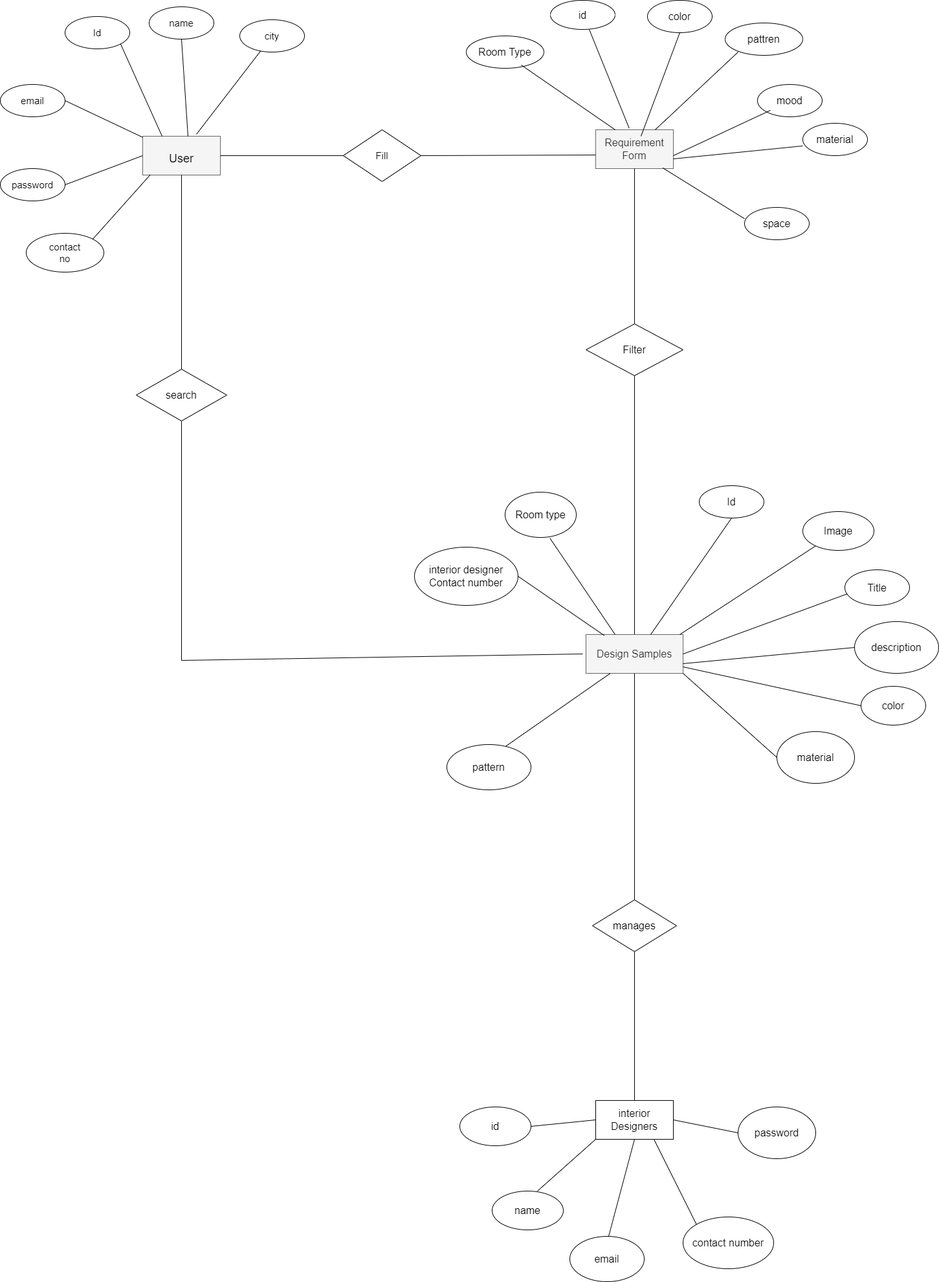
The draw.io diagram ER Diagram.drawio.png in Tayyba-Dev/Interior-Recommendation, before a commit. Source tidied: cells renumbered, new cells last; positions are measured from the earlier drawing's top-left corner, leaving out a move shared by most shapes.
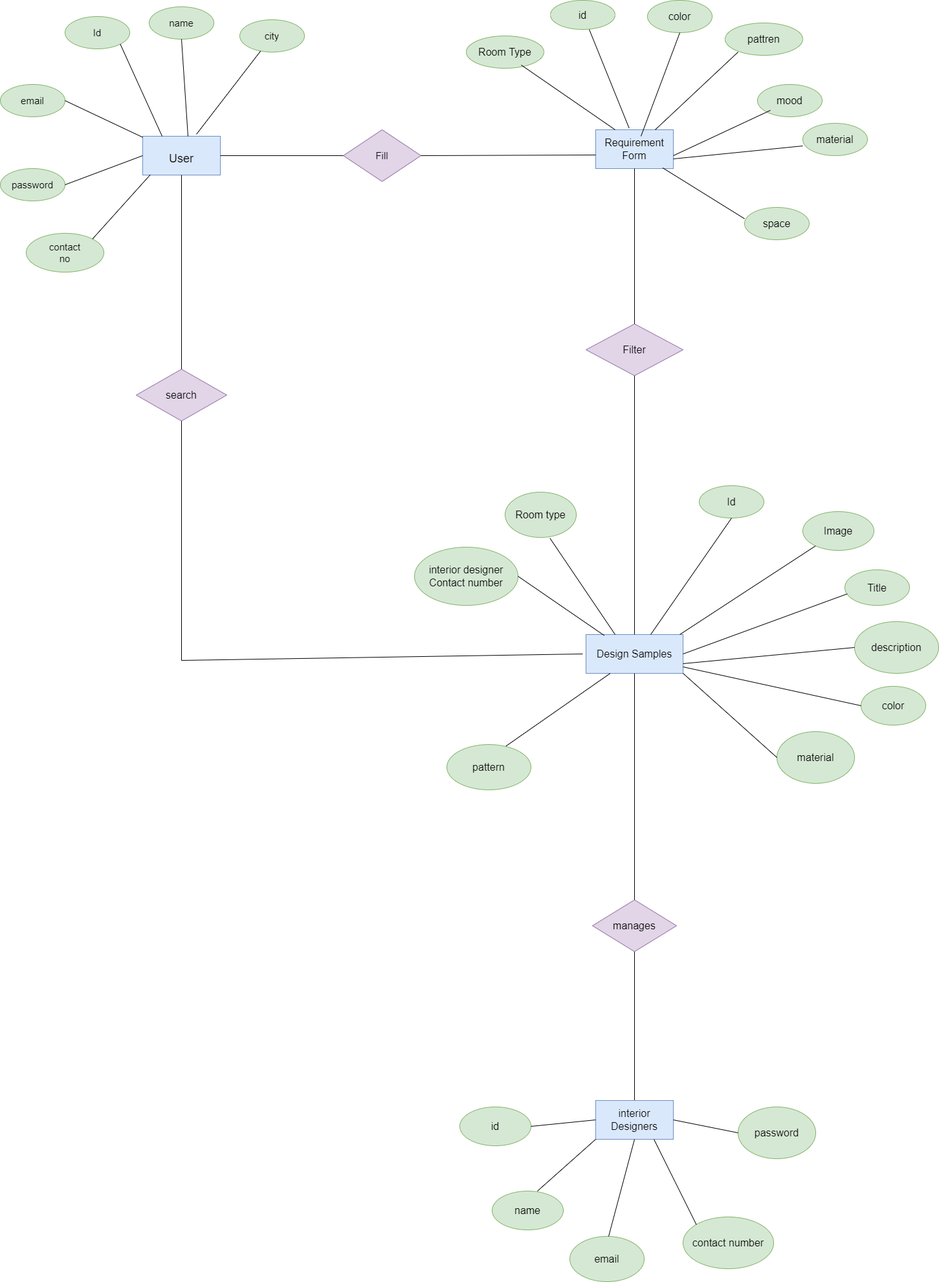
Later version of the same file.

Diff of the diagram source:
```diff
@@ -2,43 +2,43 @@
   <root>
     <mxCell id="0" />
     <mxCell id="1" parent="0" />
-    <mxCell id="2" style="rounded=0;whiteSpace=wrap;html=1;fillColor=#f5f5f5;strokeColor=#666666;fontColor=#333333;" parent="1" vertex="1">
+    <mxCell id="2" style="rounded=0;whiteSpace=wrap;html=1;fillColor=#dae8fc;strokeColor=#6c8ebf;" parent="1" vertex="1">
       <mxGeometry x="220" y="210" width="120" height="60" as="geometry" />
     </mxCell>
     <mxCell id="3" value="&lt;font style=&quot;font-size: 18px;&quot;&gt;User&lt;/font&gt;" style="text;html=1;strokeColor=none;fillColor=none;align=center;verticalAlign=middle;whiteSpace=wrap;rounded=0;" parent="1" vertex="1">
       <mxGeometry x="250" y="230" width="60" height="30" as="geometry" />
     </mxCell>
-    <mxCell id="4" style="ellipse;whiteSpace=wrap;html=1;fontSize=18;" parent="1" vertex="1">
+    <mxCell id="4" style="ellipse;whiteSpace=wrap;html=1;fontSize=18;fillColor=#d5e8d4;strokeColor=#82b366;" parent="1" vertex="1">
       <mxGeometry x="100" y="25" width="100" height="50" as="geometry" />
     </mxCell>
     <mxCell id="5" value="Id" style="text;html=1;strokeColor=none;fillColor=none;align=center;verticalAlign=middle;whiteSpace=wrap;rounded=0;fontSize=15;" parent="1" vertex="1">
       <mxGeometry x="120" y="35" width="60" height="30" as="geometry" />
     </mxCell>
-    <mxCell id="6" style="ellipse;whiteSpace=wrap;html=1;fontSize=18;" parent="1" vertex="1">
+    <mxCell id="6" style="ellipse;whiteSpace=wrap;html=1;fontSize=18;fillColor=#d5e8d4;strokeColor=#82b366;" parent="1" vertex="1">
       <mxGeometry x="230" y="10" width="100" height="50" as="geometry" />
     </mxCell>
     <mxCell id="7" value="name" style="text;html=1;strokeColor=none;fillColor=none;align=center;verticalAlign=middle;whiteSpace=wrap;rounded=0;fontSize=15;" parent="1" vertex="1">
       <mxGeometry x="250" y="20" width="60" height="30" as="geometry" />
     </mxCell>
-    <mxCell id="8" style="ellipse;whiteSpace=wrap;html=1;fontSize=18;" parent="1" vertex="1">
+    <mxCell id="8" style="ellipse;whiteSpace=wrap;html=1;fontSize=18;fillColor=#d5e8d4;strokeColor=#82b366;" parent="1" vertex="1">
       <mxGeometry y="130" width="100" height="50" as="geometry" />
     </mxCell>
     <mxCell id="9" value="email&lt;span style=&quot;color: rgba(0, 0, 0, 0); font-family: monospace; font-size: 0px; text-align: start;&quot;&gt;%3CmxGraphModel%3E%3Croot%3E%3CmxCell%20id%3D%220%22%2F%3E%3CmxCell%20id%3D%221%22%20parent%3D%220%22%2F%3E%3CmxCell%20id%3D%222%22%20value%3D%22%22%20style%3D%22ellipse%3BwhiteSpace%3Dwrap%3Bhtml%3D1%3BfontSize%3D18%3B%22%20vertex%3D%221%22%20parent%3D%221%22%3E%3CmxGeometry%20x%3D%22130%22%20y%3D%2295%22%20width%3D%22100%22%20height%3D%2250%22%20as%3D%22geometry%22%2F%3E%3C%2FmxCell%3E%3CmxCell%20id%3D%223%22%20value%3D%22Id%22%20style%3D%22text%3Bhtml%3D1%3BstrokeColor%3Dnone%3BfillColor%3Dnone%3Balign%3Dcenter%3BverticalAlign%3Dmiddle%3BwhiteSpace%3Dwrap%3Brounded%3D0%3BfontSize%3D15%3B%22%20vertex%3D%221%22%20parent%3D%221%22%3E%3CmxGeometry%20x%3D%22150%22%20y%3D%22105%22%20width%3D%2260%22%20height%3D%2230%22%20as%3D%22geometry%22%2F%3E%3C%2FmxCell%3E%3C%2Froot%3E%3C%2FmxGraphModel%3E&lt;/span&gt;" style="text;html=1;strokeColor=none;fillColor=none;align=center;verticalAlign=middle;whiteSpace=wrap;rounded=0;fontSize=15;" parent="1" vertex="1">
       <mxGeometry x="20" y="140" width="60" height="30" as="geometry" />
     </mxCell>
-    <mxCell id="10" style="ellipse;whiteSpace=wrap;html=1;fontSize=18;" parent="1" vertex="1">
+    <mxCell id="10" style="ellipse;whiteSpace=wrap;html=1;fontSize=18;fillColor=#d5e8d4;strokeColor=#82b366;" parent="1" vertex="1">
       <mxGeometry x="370" y="30" width="100" height="50" as="geometry" />
     </mxCell>
     <mxCell id="11" value="city" style="text;html=1;strokeColor=none;fillColor=none;align=center;verticalAlign=middle;whiteSpace=wrap;rounded=0;fontSize=15;" parent="1" vertex="1">
       <mxGeometry x="390" y="45" width="60" height="20" as="geometry" />
     </mxCell>
-    <mxCell id="12" style="ellipse;whiteSpace=wrap;html=1;fontSize=18;" parent="1" vertex="1">
+    <mxCell id="12" style="ellipse;whiteSpace=wrap;html=1;fontSize=18;fillColor=#d5e8d4;strokeColor=#82b366;" parent="1" vertex="1">
       <mxGeometry y="260" width="100" height="50" as="geometry" />
     </mxCell>
     <mxCell id="13" value="password" style="text;html=1;strokeColor=none;fillColor=none;align=center;verticalAlign=middle;whiteSpace=wrap;rounded=0;fontSize=15;" parent="1" vertex="1">
       <mxGeometry x="20" y="270" width="60" height="30" as="geometry" />
     </mxCell>
-    <mxCell id="14" style="ellipse;whiteSpace=wrap;html=1;fontSize=18;" parent="1" vertex="1">
+    <mxCell id="14" style="ellipse;whiteSpace=wrap;html=1;fontSize=18;fillColor=#d5e8d4;strokeColor=#82b366;" parent="1" vertex="1">
       <mxGeometry x="40" y="360" width="120" height="60" as="geometry" />
     </mxCell>
     <mxCell id="15" value="contact no" style="text;html=1;strokeColor=none;fillColor=none;align=center;verticalAlign=middle;whiteSpace=wrap;rounded=0;fontSize=15;" parent="1" vertex="1">
@@ -64,34 +64,34 @@
         <mxPoint x="290" y="210" as="sourcePoint" />
       </mxGeometry>
     </mxCell>
-    <mxCell id="22" style="rhombus;whiteSpace=wrap;html=1;fontSize=15;" parent="1" vertex="1">
+    <mxCell id="22" style="rhombus;whiteSpace=wrap;html=1;fontSize=15;fillColor=#e1d5e7;strokeColor=#9673a6;" parent="1" vertex="1">
       <mxGeometry x="530" y="200" width="120" height="80" as="geometry" />
     </mxCell>
     <mxCell id="23" value="Fill" style="text;html=1;strokeColor=none;fillColor=none;align=center;verticalAlign=middle;whiteSpace=wrap;rounded=0;fontSize=15;" parent="1" vertex="1">
       <mxGeometry x="560" y="225" width="60" height="30" as="geometry" />
     </mxCell>
-    <mxCell id="24" value="&lt;font style=&quot;font-size: 16px;&quot;&gt;Requirement Form&lt;/font&gt;" style="rounded=0;whiteSpace=wrap;html=1;fontSize=15;fillColor=#f5f5f5;fontColor=#333333;strokeColor=#666666;" parent="1" vertex="1">
+    <mxCell id="24" value="&lt;font style=&quot;font-size: 16px;&quot;&gt;Requirement Form&lt;/font&gt;" style="rounded=0;whiteSpace=wrap;html=1;fontSize=15;fillColor=#dae8fc;strokeColor=#6c8ebf;" parent="1" vertex="1">
       <mxGeometry x="920" y="200" width="120" height="60" as="geometry" />
     </mxCell>
-    <mxCell id="25" value="id" style="ellipse;whiteSpace=wrap;html=1;fontSize=16;" parent="1" vertex="1">
+    <mxCell id="25" value="id" style="ellipse;whiteSpace=wrap;html=1;fontSize=16;fillColor=#d5e8d4;strokeColor=#82b366;" parent="1" vertex="1">
       <mxGeometry x="850" width="100" height="45" as="geometry" />
     </mxCell>
-    <mxCell id="26" value="Room Type" style="ellipse;whiteSpace=wrap;html=1;fontSize=16;" parent="1" vertex="1">
+    <mxCell id="26" value="Room Type" style="ellipse;whiteSpace=wrap;html=1;fontSize=16;fillColor=#d5e8d4;strokeColor=#82b366;" parent="1" vertex="1">
       <mxGeometry x="720" y="55" width="120" height="50" as="geometry" />
     </mxCell>
-    <mxCell id="27" value="color" style="ellipse;whiteSpace=wrap;html=1;fontSize=16;" parent="1" vertex="1">
+    <mxCell id="27" value="color" style="ellipse;whiteSpace=wrap;html=1;fontSize=16;fillColor=#d5e8d4;strokeColor=#82b366;" parent="1" vertex="1">
       <mxGeometry x="1000" width="100" height="50" as="geometry" />
     </mxCell>
-    <mxCell id="28" value="pattren" style="ellipse;whiteSpace=wrap;html=1;fontSize=16;" parent="1" vertex="1">
+    <mxCell id="28" value="pattren" style="ellipse;whiteSpace=wrap;html=1;fontSize=16;fillColor=#d5e8d4;strokeColor=#82b366;" parent="1" vertex="1">
       <mxGeometry x="1120" y="35" width="120" height="50" as="geometry" />
     </mxCell>
-    <mxCell id="29" value="mood&lt;span style=&quot;color: rgba(0, 0, 0, 0); font-family: monospace; font-size: 0px; text-align: start;&quot;&gt;%3CmxGraphModel%3E%3Croot%3E%3CmxCell%20id%3D%220%22%2F%3E%3CmxCell%20id%3D%221%22%20parent%3D%220%22%2F%3E%3CmxCell%20id%3D%222%22%20value%3D%22color%22%20style%3D%22ellipse%3BwhiteSpace%3Dwrap%3Bhtml%3D1%3BfontSize%3D16%3B%22%20vertex%3D%221%22%20parent%3D%221%22%3E%3CmxGeometry%20x%3D%221000%22%20y%3D%2260%22%20width%3D%22100%22%20height%3D%2250%22%20as%3D%22geometry%22%2F%3E%3C%2FmxCell%3E%3C%2Froot%3E%3C%2FmxGraphModel%3E&lt;/span&gt;" style="ellipse;whiteSpace=wrap;html=1;fontSize=16;" parent="1" vertex="1">
+    <mxCell id="29" value="mood&lt;span style=&quot;color: rgba(0, 0, 0, 0); font-family: monospace; font-size: 0px; text-align: start;&quot;&gt;%3CmxGraphModel%3E%3Croot%3E%3CmxCell%20id%3D%220%22%2F%3E%3CmxCell%20id%3D%221%22%20parent%3D%220%22%2F%3E%3CmxCell%20id%3D%222%22%20value%3D%22color%22%20style%3D%22ellipse%3BwhiteSpace%3Dwrap%3Bhtml%3D1%3BfontSize%3D16%3B%22%20vertex%3D%221%22%20parent%3D%221%22%3E%3CmxGeometry%20x%3D%221000%22%20y%3D%2260%22%20width%3D%22100%22%20height%3D%2250%22%20as%3D%22geometry%22%2F%3E%3C%2FmxCell%3E%3C%2Froot%3E%3C%2FmxGraphModel%3E&lt;/span&gt;" style="ellipse;whiteSpace=wrap;html=1;fontSize=16;fillColor=#d5e8d4;strokeColor=#82b366;" parent="1" vertex="1">
       <mxGeometry x="1170" y="130" width="100" height="50" as="geometry" />
     </mxCell>
-    <mxCell id="30" value="space" style="ellipse;whiteSpace=wrap;html=1;fontSize=16;" parent="1" vertex="1">
+    <mxCell id="30" value="space" style="ellipse;whiteSpace=wrap;html=1;fontSize=16;fillColor=#d5e8d4;strokeColor=#82b366;" parent="1" vertex="1">
       <mxGeometry x="1150" y="320" width="100" height="50" as="geometry" />
     </mxCell>
-    <mxCell id="31" value="material" style="ellipse;whiteSpace=wrap;html=1;fontSize=16;" parent="1" vertex="1">
+    <mxCell id="31" value="material" style="ellipse;whiteSpace=wrap;html=1;fontSize=16;fillColor=#d5e8d4;strokeColor=#82b366;" parent="1" vertex="1">
       <mxGeometry x="1240" y="190" width="100" height="50" as="geometry" />
     </mxCell>
     <mxCell id="32" style="endArrow=none;html=1;rounded=0;fontSize=16;exitX=0.25;exitY=0;exitDx=0;exitDy=0;" parent="1" edge="1" source="24">
@@ -141,7 +141,7 @@
         <mxPoint x="920" y="239" as="targetPoint" />
       </mxGeometry>
     </mxCell>
-    <mxCell id="41" value="Filter" style="rhombus;whiteSpace=wrap;html=1;fontSize=16;" parent="1" vertex="1">
+    <mxCell id="41" value="Filter" style="rhombus;whiteSpace=wrap;html=1;fontSize=16;fillColor=#e1d5e7;strokeColor=#9673a6;" parent="1" vertex="1">
       <mxGeometry x="905" y="500" width="150" height="80" as="geometry" />
     </mxCell>
     <mxCell id="42" style="endArrow=none;html=1;rounded=0;fontSize=16;exitX=0.5;exitY=0;exitDx=0;exitDy=0;" parent="1" edge="1" source="41">
@@ -149,37 +149,37 @@
         <mxPoint x="980" y="260" as="targetPoint" />
       </mxGeometry>
     </mxCell>
-    <mxCell id="43" value="Design Samples" style="rounded=0;whiteSpace=wrap;html=1;fontSize=16;fillColor=#f5f5f5;fontColor=#333333;strokeColor=#666666;" parent="1" vertex="1">
+    <mxCell id="43" value="Design Samples" style="rounded=0;whiteSpace=wrap;html=1;fontSize=16;fillColor=#dae8fc;strokeColor=#6c8ebf;" parent="1" vertex="1">
       <mxGeometry x="905" y="980" width="150" height="60" as="geometry" />
     </mxCell>
     <mxCell id="44" style="endArrow=none;html=1;rounded=0;fontSize=16;exitX=0.5;exitY=1;exitDx=0;exitDy=0;entryX=0.5;entryY=0;entryDx=0;entryDy=0;" parent="1" edge="1" source="41" target="43">
       <mxGeometry relative="1" as="geometry" />
     </mxCell>
-    <mxCell id="45" value="Id" style="ellipse;whiteSpace=wrap;html=1;fontSize=16;" parent="1" vertex="1">
+    <mxCell id="45" value="Id" style="ellipse;whiteSpace=wrap;html=1;fontSize=16;fillColor=#d5e8d4;strokeColor=#82b366;" parent="1" vertex="1">
       <mxGeometry x="1080" y="750" width="100" height="50" as="geometry" />
     </mxCell>
-    <mxCell id="46" value="Image" style="ellipse;whiteSpace=wrap;html=1;fontSize=16;" parent="1" vertex="1">
+    <mxCell id="46" value="Image" style="ellipse;whiteSpace=wrap;html=1;fontSize=16;fillColor=#d5e8d4;strokeColor=#82b366;" parent="1" vertex="1">
       <mxGeometry x="1240" y="790" width="110" height="60" as="geometry" />
     </mxCell>
-    <mxCell id="47" value="Title" style="ellipse;whiteSpace=wrap;html=1;fontSize=16;" parent="1" vertex="1">
+    <mxCell id="47" value="Title" style="ellipse;whiteSpace=wrap;html=1;fontSize=16;fillColor=#d5e8d4;strokeColor=#82b366;" parent="1" vertex="1">
       <mxGeometry x="1305" y="880" width="100" height="55" as="geometry" />
     </mxCell>
-    <mxCell id="48" value="description" style="ellipse;whiteSpace=wrap;html=1;fontSize=16;" parent="1" vertex="1">
+    <mxCell id="48" value="description" style="ellipse;whiteSpace=wrap;html=1;fontSize=16;fillColor=#d5e8d4;strokeColor=#82b366;" parent="1" vertex="1">
       <mxGeometry x="1320" y="960" width="130" height="80" as="geometry" />
     </mxCell>
-    <mxCell id="49" value="color" style="ellipse;whiteSpace=wrap;html=1;fontSize=16;" parent="1" vertex="1">
+    <mxCell id="49" value="color" style="ellipse;whiteSpace=wrap;html=1;fontSize=16;fillColor=#d5e8d4;strokeColor=#82b366;" parent="1" vertex="1">
       <mxGeometry x="1330" y="1060" width="100" height="60" as="geometry" />
     </mxCell>
-    <mxCell id="50" value="Room type" style="ellipse;whiteSpace=wrap;html=1;fontSize=16;" parent="1" vertex="1">
+    <mxCell id="50" value="Room type" style="ellipse;whiteSpace=wrap;html=1;fontSize=16;fillColor=#d5e8d4;strokeColor=#82b366;" parent="1" vertex="1">
       <mxGeometry x="780" y="760" width="110" height="70" as="geometry" />
     </mxCell>
-    <mxCell id="51" value="interior designer Contact number" style="ellipse;whiteSpace=wrap;html=1;fontSize=16;" parent="1" vertex="1">
+    <mxCell id="51" value="interior designer Contact number" style="ellipse;whiteSpace=wrap;html=1;fontSize=16;fillColor=#d5e8d4;strokeColor=#82b366;" parent="1" vertex="1">
       <mxGeometry x="640" y="845" width="160" height="90" as="geometry" />
     </mxCell>
-    <mxCell id="52" value="material" style="ellipse;whiteSpace=wrap;html=1;fontSize=16;" parent="1" vertex="1">
+    <mxCell id="52" value="material" style="ellipse;whiteSpace=wrap;html=1;fontSize=16;fillColor=#d5e8d4;strokeColor=#82b366;" parent="1" vertex="1">
       <mxGeometry x="1200" y="1130" width="120" height="80" as="geometry" />
     </mxCell>
-    <mxCell id="53" value="pattern" style="ellipse;whiteSpace=wrap;html=1;fontSize=16;" parent="1" vertex="1">
+    <mxCell id="53" value="pattern" style="ellipse;whiteSpace=wrap;html=1;fontSize=16;fillColor=#d5e8d4;strokeColor=#82b366;" parent="1" vertex="1">
       <mxGeometry x="690" y="1150" width="130" height="70" as="geometry" />
     </mxCell>
     <mxCell id="54" style="endArrow=none;html=1;rounded=0;fontSize=16;entryX=0.187;entryY=0.023;entryDx=0;entryDy=0;entryPerimeter=0;" parent="1" edge="1" target="43">
@@ -223,7 +223,7 @@
         <mxPoint x="1200" y="1170" as="targetPoint" />
       </mxGeometry>
     </mxCell>
-    <mxCell id="63" value="search" style="rhombus;whiteSpace=wrap;html=1;fontSize=16;" parent="1" vertex="1">
+    <mxCell id="63" value="search" style="rhombus;whiteSpace=wrap;html=1;fontSize=16;fillColor=#e1d5e7;strokeColor=#9673a6;" parent="1" vertex="1">
       <mxGeometry x="210" y="570" width="140" height="80" as="geometry" />
     </mxCell>
     <mxCell id="64" style="endArrow=none;html=1;rounded=0;fontSize=16;exitX=0.5;exitY=0;exitDx=0;exitDy=0;" parent="1" edge="1" source="63">
@@ -240,7 +240,7 @@
         </Array>
       </mxGeometry>
     </mxCell>
-    <mxCell id="66" value="manages" style="rhombus;whiteSpace=wrap;html=1;fontSize=16;" parent="1" vertex="1">
+    <mxCell id="66" value="manages" style="rhombus;whiteSpace=wrap;html=1;fontSize=16;fillColor=#e1d5e7;strokeColor=#9673a6;" parent="1" vertex="1">
       <mxGeometry x="915" y="1390" width="130" height="80" as="geometry" />
     </mxCell>
     <mxCell id="67" style="endArrow=none;html=1;rounded=0;fontSize=16;exitX=0.5;exitY=0;exitDx=0;exitDy=0;" parent="1" edge="1" source="66" target="43">
@@ -251,22 +251,22 @@
         <mxPoint x="980" y="1700" as="sourcePoint" />
       </mxGeometry>
     </mxCell>
-    <mxCell id="69" value="interior Designers" style="rounded=0;whiteSpace=wrap;html=1;fontSize=16;" parent="1" vertex="1">
+    <mxCell id="69" value="interior Designers" style="rounded=0;whiteSpace=wrap;html=1;fontSize=16;fillColor=#dae8fc;strokeColor=#6c8ebf;" parent="1" vertex="1">
       <mxGeometry x="920" y="1700" width="120" height="60" as="geometry" />
     </mxCell>
-    <mxCell id="70" value="id" style="ellipse;whiteSpace=wrap;html=1;fontSize=16;" parent="1" vertex="1">
+    <mxCell id="70" value="id" style="ellipse;whiteSpace=wrap;html=1;fontSize=16;fillColor=#d5e8d4;strokeColor=#82b366;" parent="1" vertex="1">
       <mxGeometry x="710" y="1710" width="110" height="60" as="geometry" />
     </mxCell>
-    <mxCell id="71" value="name" style="ellipse;whiteSpace=wrap;html=1;fontSize=16;" parent="1" vertex="1">
+    <mxCell id="71" value="name" style="ellipse;whiteSpace=wrap;html=1;fontSize=16;fillColor=#d5e8d4;strokeColor=#82b366;" parent="1" vertex="1">
       <mxGeometry x="760" y="1840" width="110" height="60" as="geometry" />
     </mxCell>
-    <mxCell id="72" value="email" style="ellipse;whiteSpace=wrap;html=1;fontSize=16;" parent="1" vertex="1">
+    <mxCell id="72" value="email" style="ellipse;whiteSpace=wrap;html=1;fontSize=16;fillColor=#d5e8d4;strokeColor=#82b366;" parent="1" vertex="1">
       <mxGeometry x="880" y="1910" width="115" height="70" as="geometry" />
     </mxCell>
-    <mxCell id="73" value="contact number" style="ellipse;whiteSpace=wrap;html=1;fontSize=16;" parent="1" vertex="1">
+    <mxCell id="73" value="contact number" style="ellipse;whiteSpace=wrap;html=1;fontSize=16;fillColor=#d5e8d4;strokeColor=#82b366;" parent="1" vertex="1">
       <mxGeometry x="1055" y="1880" width="140" height="80" as="geometry" />
     </mxCell>
-    <mxCell id="74" value="password" style="ellipse;whiteSpace=wrap;html=1;fontSize=16;" parent="1" vertex="1">
+    <mxCell id="74" value="password" style="ellipse;whiteSpace=wrap;html=1;fontSize=16;fillColor=#d5e8d4;strokeColor=#82b366;" parent="1" vertex="1">
       <mxGeometry x="1140" y="1710" width="120" height="80" as="geometry" />
     </mxCell>
     <mxCell id="75" style="endArrow=none;html=1;rounded=0;fontSize=16;entryX=0;entryY=0.5;entryDx=0;entryDy=0;" parent="1" edge="1" target="69">
```
